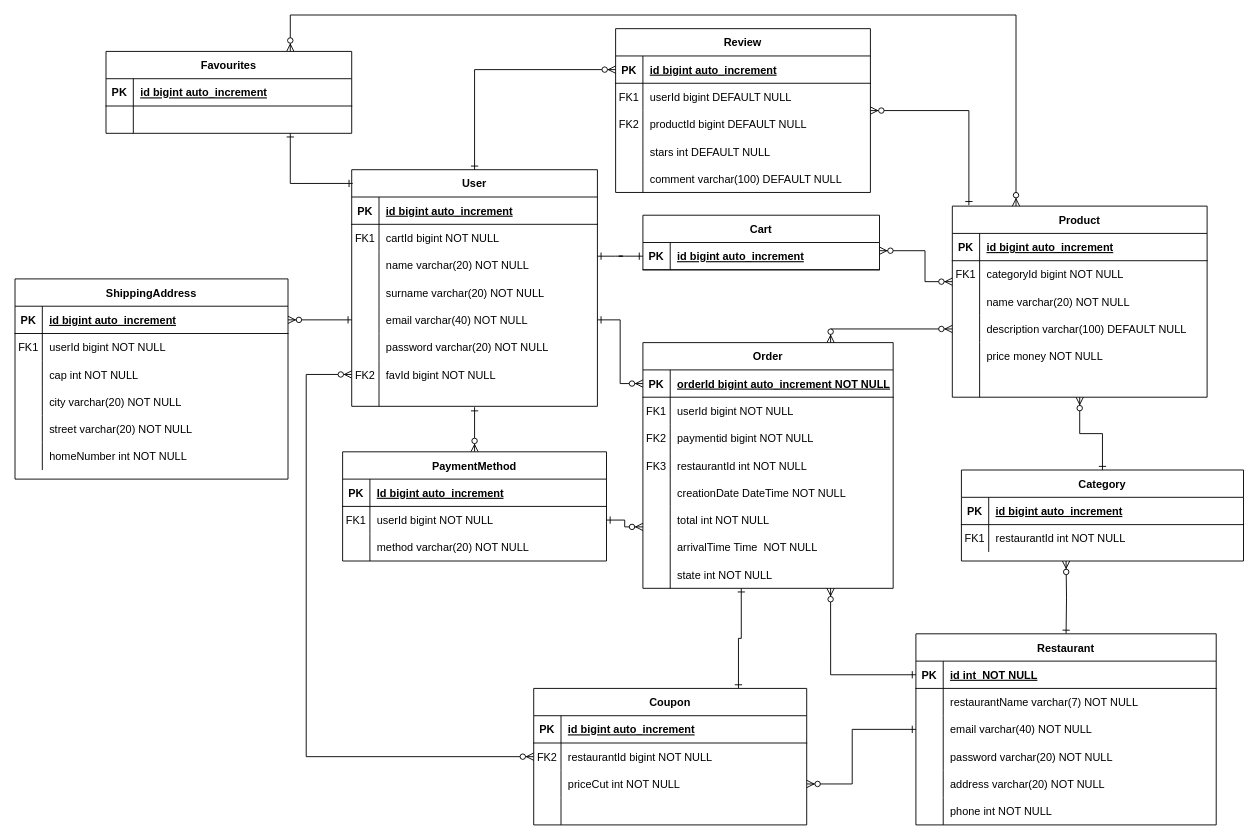
Flacaro/TasteIt keeps this draw.io diagram as documentazione/Diagrammi/Er(1).drawio. Above is the earlier version. Source tidied: cells renumbered, new cells numbered last; positions are measured from the earlier drawing's top-left corner, leaving out a move shared by most shapes. Both pictures are drawn from the tidied source at 91%, with x=0, y=0 at pixel (15, 15).
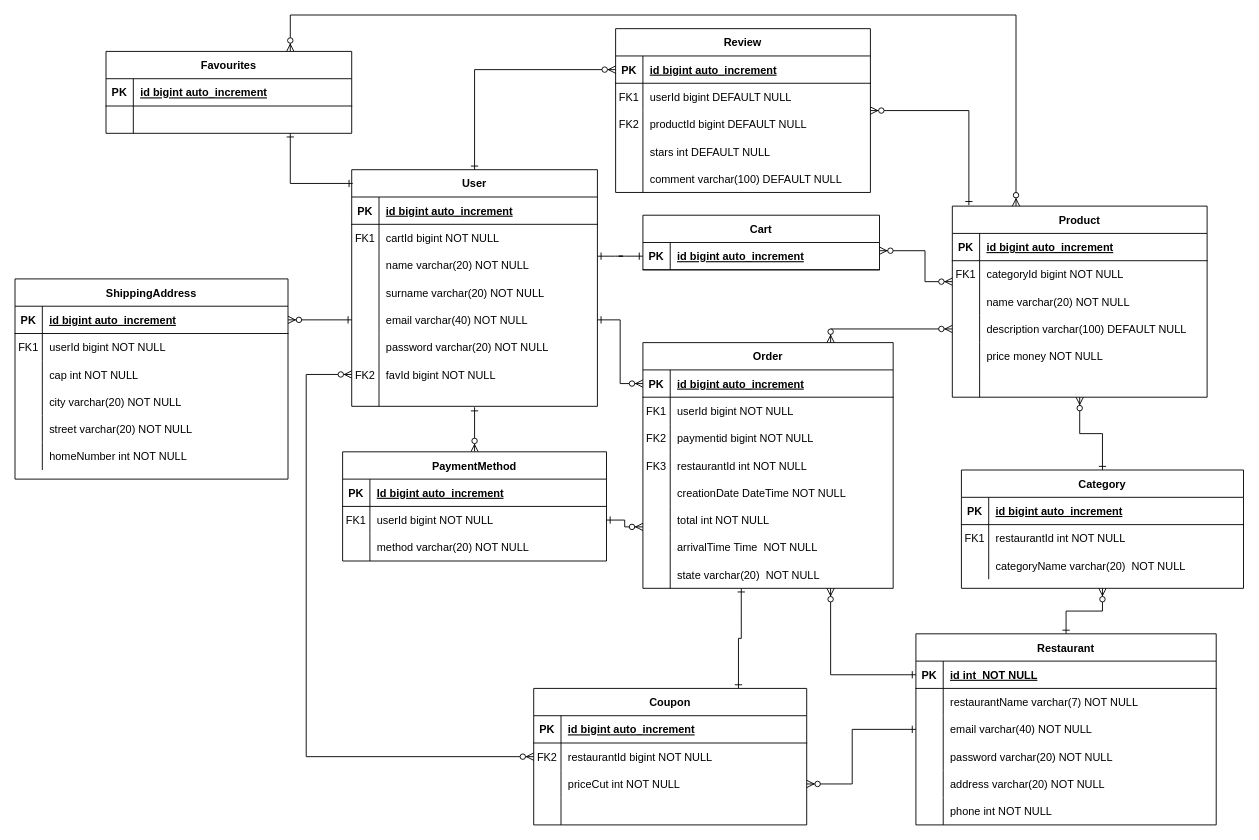
The same diagram, later.

Unchanged cells that the change refers to:
```xml
<mxCell id="46" style="shape=partialRectangle;fillColor=none;top=0;left=0;bottom=1;right=0;points=[[0,0.5],[1,0.5]];portConstraint=eastwest;" parent="45" vertex="1">
  <mxGeometry y="30" width="275" height="30" as="geometry" />
</mxCell>
<mxCell id="67" style="shape=partialRectangle;fillColor=none;top=0;left=0;bottom=0;right=0;points=[[0,0.5],[1,0.5]];portConstraint=eastwest;" parent="45" vertex="1">
  <mxGeometry y="240" width="275" height="30" as="geometry" />
</mxCell>
<mxCell id="101" value="Restaurant" style="shape=table;startSize=30;childLayout=tableLayout;rowLines=0;fontStyle=1;align=center;" parent="1" vertex="1">
  <mxGeometry x="990" y="680" width="330" height="210" as="geometry" />
</mxCell>
```

What changed in the source:
```diff
@@
-    <mxCell id="48" value="orderId bigint auto_increment NOT NULL" style="shape=partialRectangle;fillColor=none;top=0;left=0;bottom=0;right=0;align=left;spacingLeft=6;fontStyle=5;overflow=hidden;" parent="46" vertex="1">
+    <mxCell id="48" value="id bigint auto_increment" style="shape=partialRectangle;fillColor=none;top=0;left=0;bottom=0;right=0;align=left;spacingLeft=6;fontStyle=5;overflow=hidden;" parent="46" vertex="1">
       <mxGeometry x="30" width="245" height="30" as="geometry" />
     </mxCell>
@@
-    <mxCell id="69" value="state int NOT NULL" style="shape=partialRectangle;fillColor=none;top=0;left=0;bottom=0;right=0;align=left;spacingLeft=6;overflow=hidden;" parent="67" vertex="1">
+    <mxCell id="69" value="state varchar(20)  NOT NULL" style="shape=partialRectangle;fillColor=none;top=0;left=0;bottom=0;right=0;align=left;spacingLeft=6;overflow=hidden;" parent="67" vertex="1">
       <mxGeometry x="30" width="245" height="30" as="geometry" />
     </mxCell>
@@
-    <mxCell id="93" style="edgeStyle=orthogonalEdgeStyle;rounded=0;jettySize=auto;html=1;startArrow=ERzeroToMany;startFill=1;endArrow=ERone;endFill=0;" parent="1" edge="1" target="101">
-      <mxGeometry relative="1" as="geometry">
-        <mxPoint x="1155" y="600" as="sourcePoint" />
-      </mxGeometry>
+    <mxCell id="93" style="edgeStyle=orthogonalEdgeStyle;rounded=0;jettySize=auto;html=1;startArrow=ERzeroToMany;startFill=1;endArrow=ERone;endFill=0;exitX=0.5;exitY=1;exitDx=0;exitDy=0;" parent="1" edge="1" source="94" target="101">
+      <mxGeometry relative="1" as="geometry" />
     </mxCell>
     <mxCell id="94" value="Category" style="shape=table;startSize=30;childLayout=tableLayout;rowLines=0;fontStyle=1;align=center;" parent="1" vertex="1">
-      <mxGeometry x="1040" y="500" width="310" height="100" as="geometry" />
+      <mxGeometry x="1040" y="500" width="310" height="130" as="geometry" />
     </mxCell>
@@
+    <mxCell id="183" style="shape=partialRectangle;fillColor=none;top=0;left=0;bottom=0;right=0;" parent="94" vertex="1">
+      <mxGeometry y="90" width="310" height="30" as="geometry" />
+    </mxCell>
+    <mxCell id="184" style="shape=partialRectangle;fillColor=none;top=0;left=0;bottom=0;right=0;overflow=hidden;" parent="183" vertex="1">
+      <mxGeometry width="30" height="30" as="geometry" />
+    </mxCell>
+    <mxCell id="185" value="categoryName varchar(20)  NOT NULL" style="shape=partialRectangle;fillColor=none;top=0;left=0;bottom=0;right=0;align=left;spacingLeft=6;overflow=hidden;" parent="183" vertex="1">
+      <mxGeometry x="30" width="280" height="30" as="geometry" />
+    </mxCell>
```
